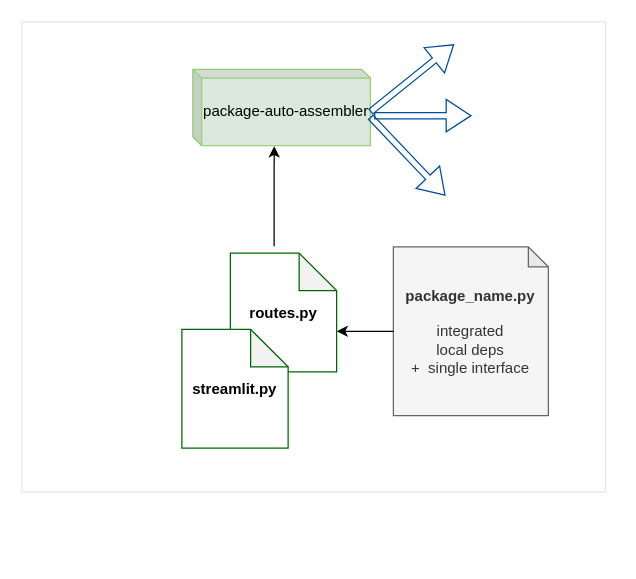
Kiril-Mordan/reusables keeps this draw.io diagram as page "pattern_5" (11 of 13) of drawio/package_auto_assembler.drawio. Above is the earlier version. Source tidied: cells renumbered, new cells numbered last; positions are measured from the earlier drawing's top-left corner, leaving out a move shared by most shapes. Both pictures are drawn from the tidied source at 125%, with x=0, y=0 at pixel (21, 21).
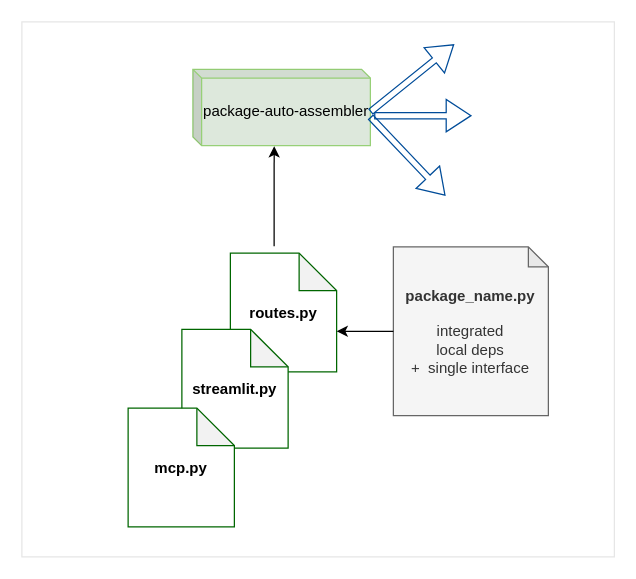
The same diagram, later.

Change to the diagram source:
```diff
@@
 <mxGraphModel>
   <root>
     <mxCell id="0" />
     <mxCell id="1" parent="0" />
     <mxCell id="2" style="rounded=0;whiteSpace=wrap;html=1;strokeColor=#E6E6E6;" parent="1" vertex="1">
-      <mxGeometry width="467" height="376" as="geometry" />
+      <mxGeometry width="474" height="428" as="geometry" />
     </mxCell>
     <mxCell id="3" value="package-auto-assembler" style="shape=cube;whiteSpace=wrap;html=1;boundedLbl=1;backgroundOutline=1;darkOpacity=0.05;darkOpacity2=0.1;size=7;fillColor=#DDE8DC;strokeColor=#97D077;" parent="1" vertex="1">
       <mxGeometry x="136.8" y="38" width="142" height="61" as="geometry" />
     </mxCell>
     <mxCell id="4" style="endArrow=classic;html=1;rounded=0;entryX=0.458;entryY=1.008;entryDx=0;entryDy=0;entryPerimeter=0;exitX=0.463;exitY=0.003;exitDx=0;exitDy=0;exitPerimeter=0;" parent="1" edge="1" target="3">
       <mxGeometry relative="1" as="geometry">
         <mxPoint x="201.8" y="179.5" as="sourcePoint" />
       </mxGeometry>
     </mxCell>
     <mxCell id="5" style="shape=flexArrow;endArrow=classic;html=1;rounded=0;exitX=0;exitY=0;exitDx=142;exitDy=34;exitPerimeter=0;width=5;endSize=6.28;strokeColor=#004C99;" parent="1" edge="1" source="3">
       <mxGeometry relative="1" as="geometry">
         <mxPoint x="345.8" y="18" as="targetPoint" />
       </mxGeometry>
     </mxCell>
     <mxCell id="6" style="shape=flexArrow;endArrow=classic;html=1;rounded=0;width=5;endSize=6.28;strokeColor=#004C99;" parent="1" edge="1">
       <mxGeometry relative="1" as="geometry">
         <mxPoint x="281.8" y="75" as="sourcePoint" />
         <mxPoint x="359.8" y="75" as="targetPoint" />
       </mxGeometry>
     </mxCell>
     <mxCell id="7" style="shape=flexArrow;endArrow=classic;html=1;rounded=0;width=5;endSize=6.28;strokeColor=#004C99;" parent="1" edge="1">
       <mxGeometry relative="1" as="geometry">
         <mxPoint x="278.8" y="76" as="sourcePoint" />
         <mxPoint x="338.8" y="139" as="targetPoint" />
       </mxGeometry>
     </mxCell>
     <mxCell id="8" value="&lt;b&gt;package_name.py&lt;/b&gt;&lt;div&gt;&lt;b&gt;&lt;br&gt;&lt;/b&gt;&lt;/div&gt;&lt;div&gt;integrated&lt;/div&gt;&lt;div&gt;local deps&lt;/div&gt;&lt;div&gt;+&amp;nbsp; single interface&lt;/div&gt;" style="shape=note;whiteSpace=wrap;html=1;backgroundOutline=1;darkOpacity=0.05;size=16;fillColor=#f5f5f5;fontColor=#333333;strokeColor=#666666;" parent="1" vertex="1">
       <mxGeometry x="297.2" y="180" width="124" height="135" as="geometry" />
     </mxCell>
     <mxCell id="9" value="&lt;b&gt;routes.py&lt;/b&gt;" style="shape=note;whiteSpace=wrap;html=1;backgroundOutline=1;darkOpacity=0.05;strokeColor=#006600;" parent="1" vertex="1">
       <mxGeometry x="166.8" y="185" width="85" height="95" as="geometry" />
     </mxCell>
     <mxCell id="10" style="endArrow=none;html=1;strokeWidth=1;rounded=0;exitX=0;exitY=0;exitDx=85;exitDy=62.5;exitPerimeter=0;startArrow=classic;startFill=1;endFill=0;entryX=0;entryY=0.5;entryDx=0;entryDy=0;entryPerimeter=0;" parent="1" edge="1" source="9" target="8">
       <mxGeometry relative="1" as="geometry" />
     </mxCell>
     <mxCell id="11" value="&lt;b&gt;streamlit.py&lt;/b&gt;" style="shape=note;whiteSpace=wrap;html=1;backgroundOutline=1;darkOpacity=0.05;strokeColor=#006600;" parent="1" vertex="1">
       <mxGeometry x="128" y="246" width="85" height="95" as="geometry" />
     </mxCell>
+    <mxCell id="12" value="&lt;b&gt;mcp.py&lt;/b&gt;" style="shape=note;whiteSpace=wrap;html=1;backgroundOutline=1;darkOpacity=0.05;strokeColor=#006600;" parent="1" vertex="1">
+      <mxGeometry x="85" y="309" width="85" height="95" as="geometry" />
+    </mxCell>
   </root>
 </mxGraphModel>
```
